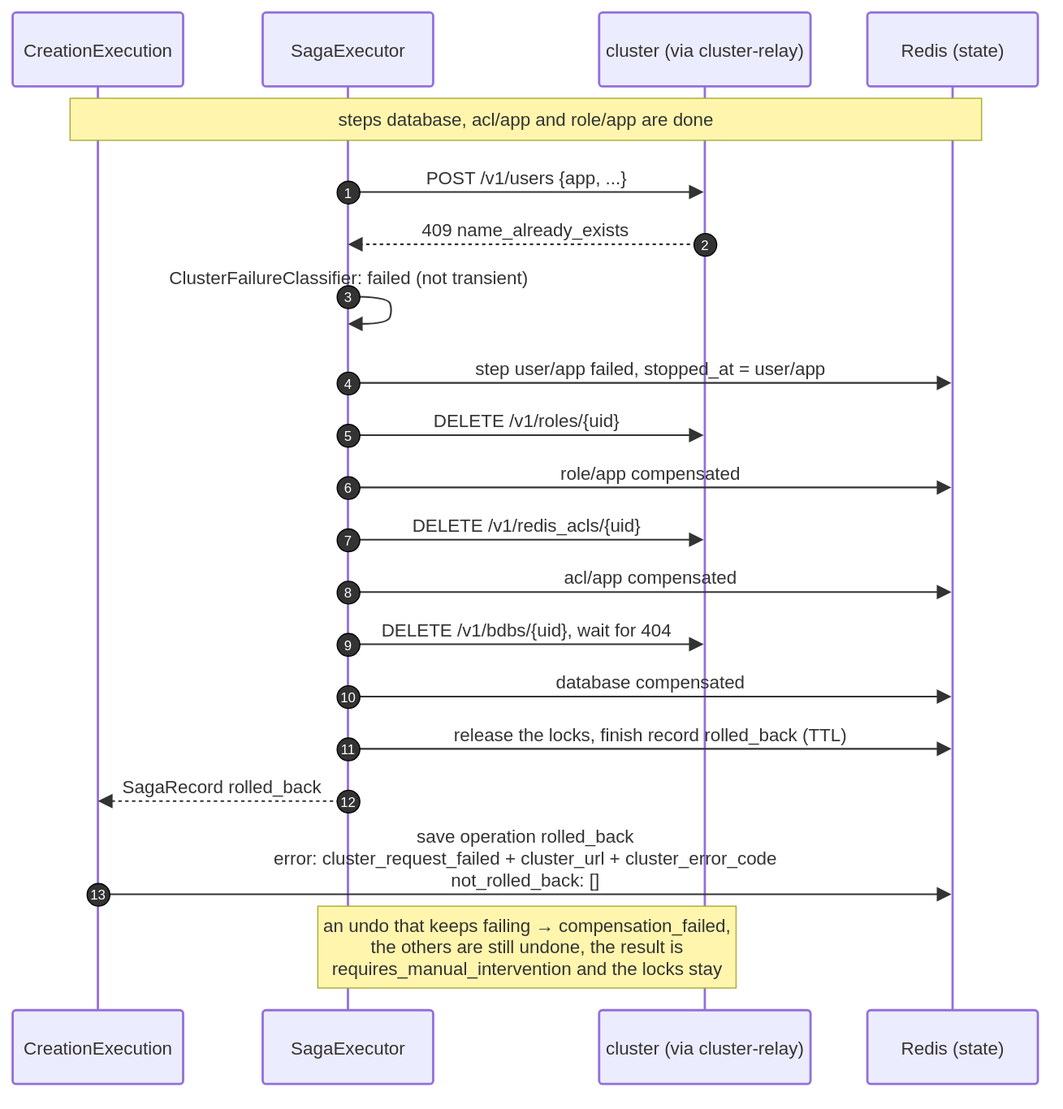
The draw.io diagram docs/diagrams/11-seq-rollback-single-site.drawio.svg in EliShteinman/redis-enterprise-services, before a commit. Source tidied: cells renumbered, new cells last; positions are measured from the earlier drawing's top-left corner, leaving out a move shared by most shapes.
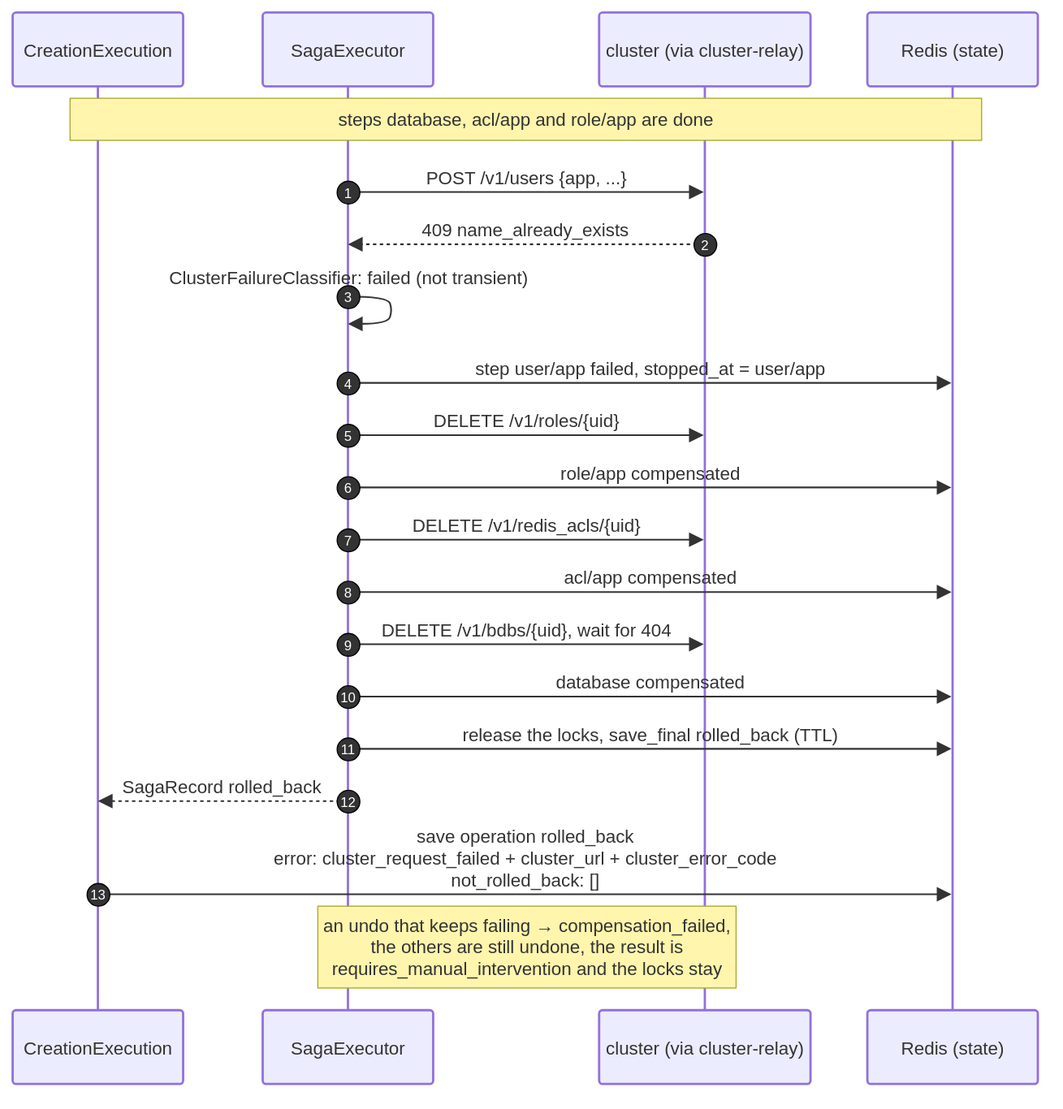
Above is the later version.

Change to the diagram source:
```diff
@@ -119,7 +119,7 @@
     <mxCell id="26" value="10" style="ellipse;fillColor=light-dark(#333333,#cccccc);align=center;verticalAlign=middle;fontColor=light-dark(#FFFFFF,#333333);fontSize=12;" parent="1" vertex="1">
       <mxGeometry x="285" y="592" width="20" height="20" as="geometry" />
     </mxCell>
-    <mxCell id="27" value="release the locks, finish record rolled_back (TTL)" style="endArrow=block;endSize=9;verticalAlign=bottom;spacingBottom=2;edgeStyle=sequenceEdgeStyle;libavoidRouting=0;curved=0;rounded=0;fontSize=16;labelBackgroundColor=none;strokeWidth=1.5;strokeColor=light-dark(#333333,#cccccc);fontColor=light-dark(#333333,#cccccc);fontFamily=Trebuchet MS,Verdana,Arial,sans-serif;" parent="1" edge="1" source="3" target="5">
+    <mxCell id="27" value="release the locks, save_final rolled_back (TTL)" style="endArrow=block;endSize=9;verticalAlign=bottom;spacingBottom=2;edgeStyle=sequenceEdgeStyle;libavoidRouting=0;curved=0;rounded=0;fontSize=16;labelBackgroundColor=none;strokeWidth=1.5;strokeColor=light-dark(#333333,#cccccc);fontColor=light-dark(#333333,#cccccc);fontFamily=Trebuchet MS,Verdana,Arial,sans-serif;" parent="1" edge="1" source="3" target="5">
       <mxGeometry relative="1" as="geometry">
         <Array as="points">
           <mxPoint x="561" y="648" />
```
